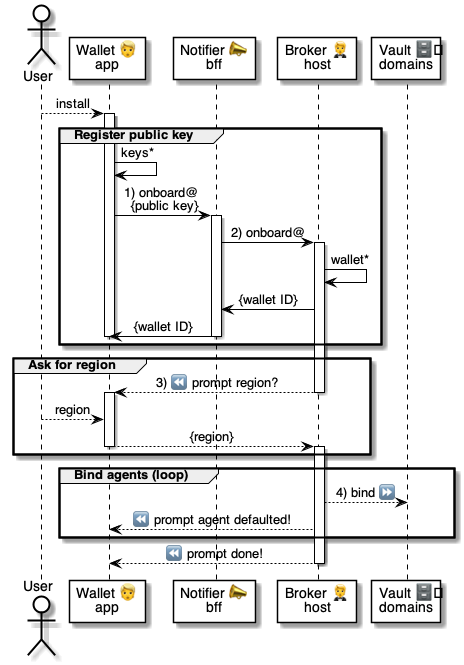
This is 5 ⏩ Flows/90 🧑‍🦰👉 Wallets/10 👉🤵 Set-up/.📎 Assets/⚙️ Onboard.png from pollyweb-org/pollyweb-docs, a PlantUML export, as it was before one commit. Its source is kept beside it as 5 ⏩ Flows/90 🧑‍🦰👉 Wallets/10 👉🤵 Set-up/.📎 Assets/⚙️ Onboard.puml.
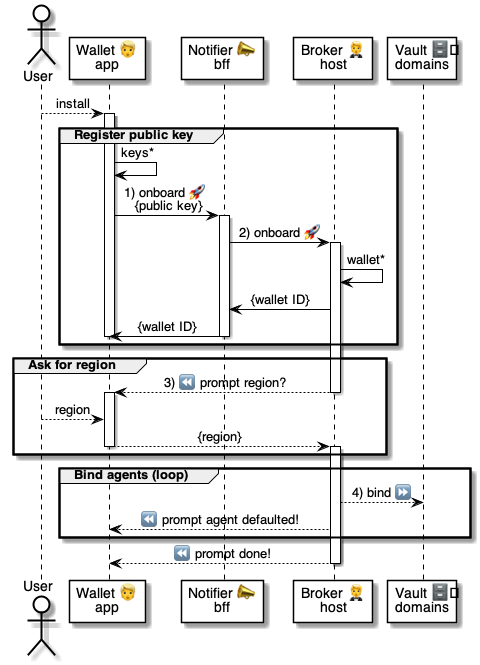
The same file after the commit.

What changed in the source:
```diff
@@ -13,10 +13,10 @@
     group Register public key
 
         wallet -> wallet: keys*
-        wallet -> notifier: 1) onboard@ \n {public key}
+        wallet -> notifier: 1) onboard 🚀 \n {public key}
 
         activate notifier
-            notifier -> broker: 2) onboard@
+            notifier -> broker: 2) onboard 🚀
 
             activate broker
                 broker -> broker: wallet*
```
